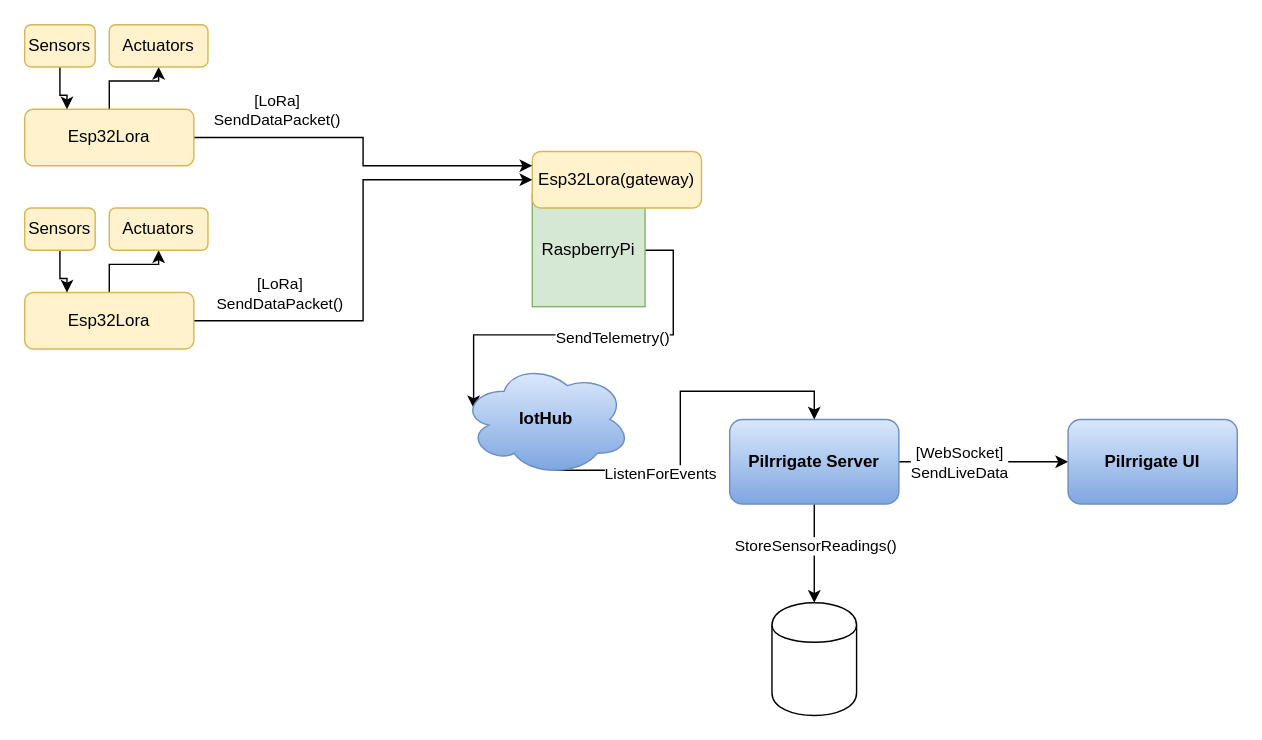
The draw.io diagram page "DataPath" (1 of 9) of Design/design.drawio in crisanalex08/PiIrrigate, before the edit. Source tidied: cells renumbered, new cells numbered last; positions are measured from the earlier drawing's top-left corner, leaving out a move shared by most shapes. Both pictures are drawn from the tidied source at 141%, with x=0, y=0 at pixel (24, 24).
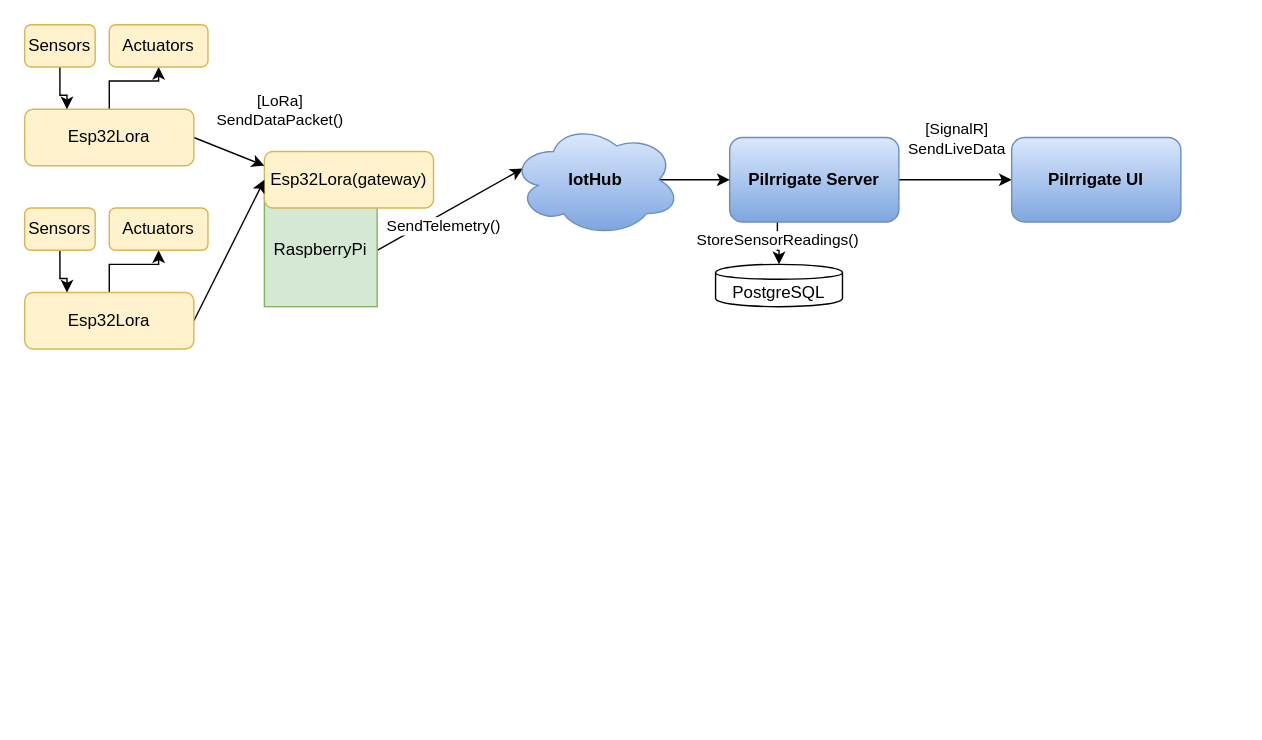
After the change.

The change refers to these unchanged cells:
```xml
<mxCell id="4" style="edgeStyle=orthogonalEdgeStyle;rounded=0;jettySize=auto;html=1;exitX=1;exitY=0.5;exitDx=0;exitDy=0;entryX=0;entryY=0.5;entryDx=0;entryDy=0;" parent="1" edge="1" source="6" target="29">
  <mxGeometry relative="1" as="geometry" />
</mxCell>
<mxCell id="14" value="Esp32Lora" style="rounded=1;whiteSpace=wrap;html=1;fillColor=#fff2cc;strokeColor=#d6b656;" parent="1" vertex="1">
  <mxGeometry y="60" width="120" height="40" as="geometry" />
</mxCell>
<mxCell id="21" value="Esp32Lora" style="rounded=1;whiteSpace=wrap;html=1;fillColor=#fff2cc;strokeColor=#d6b656;" parent="1" vertex="1">
  <mxGeometry y="190" width="120" height="40" as="geometry" />
</mxCell>
```

What changed in the source:
```diff
@@
-    <mxCell id="2" style="edgeStyle=orthogonalEdgeStyle;rounded=0;jettySize=auto;html=1;" parent="1" edge="1" source="6" target="28">
+    <mxCell id="2" style="edgeStyle=orthogonalEdgeStyle;rounded=0;jettySize=auto;html=1;exitX=0.282;exitY=0.993;exitDx=0;exitDy=0;exitPerimeter=0;" parent="1" edge="1" source="6" target="28">
       <mxGeometry relative="1" as="geometry" />
     </mxCell>
@@
-    <mxCell id="5" value="[WebSocket]&lt;div&gt;SendLiveData&lt;/div&gt;" style="edgeLabel;html=1;align=center;verticalAlign=middle;" parent="4" vertex="1">
-      <mxGeometry x="-0.3" relative="1" as="geometry" />
+    <mxCell id="5" value="[SignalR]&lt;div&gt;SendLiveData&lt;/div&gt;" style="edgeLabel;html=1;align=center;verticalAlign=middle;" parent="4" vertex="1">
+      <mxGeometry x="-0.3" relative="1" as="geometry">
+        <mxPoint x="12" y="-30" as="offset" />
+      </mxGeometry>
     </mxCell>
     <mxCell id="6" value="&lt;b&gt;PiIrrigate Server&lt;/b&gt;" style="rounded=1;whiteSpace=wrap;html=1;fillColor=#dae8fc;gradientColor=#7ea6e0;strokeColor=#6c8ebf;" parent="1" vertex="1">
-      <mxGeometry x="500" y="280" width="120" height="60" as="geometry" />
+      <mxGeometry x="500" y="80" width="120" height="60" as="geometry" />
     </mxCell>
-    <mxCell id="7" style="edgeStyle=orthogonalEdgeStyle;rounded=0;jettySize=auto;html=1;exitX=1;exitY=0.5;exitDx=0;exitDy=0;entryX=0.07;entryY=0.4;entryDx=0;entryDy=0;entryPerimeter=0;" parent="1" edge="1" source="9" target="27">
+    <mxCell id="7" style="rounded=0;jettySize=auto;html=1;exitX=1;exitY=0.5;exitDx=0;exitDy=0;entryX=0.07;entryY=0.4;entryDx=0;entryDy=0;entryPerimeter=0;" parent="1" edge="1" source="9" target="27">
       <mxGeometry relative="1" as="geometry" />
     </mxCell>
     <mxCell id="8" value="SendTelemetry()" style="edgeLabel;html=1;align=center;verticalAlign=middle;" parent="7" vertex="1">
-      <mxGeometry x="-0.09" y="1" relative="1" as="geometry" />
+      <mxGeometry x="-0.09" y="1" relative="1" as="geometry">
+        <mxPoint y="10" as="offset" />
+      </mxGeometry>
     </mxCell>
     <mxCell id="9" value="RaspberryPi" style="whiteSpace=wrap;html=1;fillColor=#d5e8d4;strokeColor=#82b366;" parent="1" vertex="1">
-      <mxGeometry x="360" y="120" width="80" height="80" as="geometry" />
+      <mxGeometry x="170" y="120" width="80" height="80" as="geometry" />
     </mxCell>
     <mxCell id="10" value="Esp32Lora(gateway)" style="rounded=1;whiteSpace=wrap;html=1;fillColor=#fff2cc;strokeColor=#d6b656;" parent="1" vertex="1">
-      <mxGeometry x="360" y="90" width="120" height="40" as="geometry" />
+      <mxGeometry x="170" y="90" width="120" height="40" as="geometry" />
     </mxCell>
@@
-    <mxCell id="12" style="edgeStyle=orthogonalEdgeStyle;rounded=0;jettySize=auto;html=1;exitX=1;exitY=0.5;exitDx=0;exitDy=0;entryX=0;entryY=0.25;entryDx=0;entryDy=0;" parent="1" edge="1" source="14" target="10">
+    <mxCell id="12" style="rounded=0;jettySize=auto;html=1;exitX=1;exitY=0.5;exitDx=0;exitDy=0;entryX=0;entryY=0.25;entryDx=0;entryDy=0;" parent="1" edge="1" source="14" target="10">
       <mxGeometry relative="1" as="geometry" />
     </mxCell>
     <mxCell id="13" value="[LoRa]&lt;br&gt;SendDataPacket()" style="edgeLabel;html=1;align=center;verticalAlign=middle;" parent="12" vertex="1">
       <mxGeometry x="-0.55" relative="1" as="geometry">
-        <mxPoint y="-20" as="offset" />
+        <mxPoint x="49" y="-24" as="offset" />
       </mxGeometry>
     </mxCell>
@@
-    <mxCell id="19" style="edgeStyle=orthogonalEdgeStyle;rounded=0;jettySize=auto;html=1;entryX=0;entryY=0.5;entryDx=0;entryDy=0;" parent="1" edge="1" source="21" target="10">
+    <mxCell id="19" style="rounded=0;jettySize=auto;html=1;entryX=0;entryY=0.5;entryDx=0;entryDy=0;elbow=vertical;exitX=1;exitY=0.5;exitDx=0;exitDy=0;" parent="1" edge="1" source="21" target="10">
       <mxGeometry relative="1" as="geometry" />
     </mxCell>
-    <mxCell id="20" value="[LoRa]&lt;br&gt;SendDataPacket()" style="edgeLabel;html=1;align=center;verticalAlign=middle;" parent="19" vertex="1">
-      <mxGeometry x="-0.42" y="1" relative="1" as="geometry">
-        <mxPoint x="-39" y="-19" as="offset" />
-      </mxGeometry>
-    </mxCell>
@@
-    <mxCell id="25" style="edgeStyle=orthogonalEdgeStyle;rounded=0;jettySize=auto;html=1;exitX=0.55;exitY=0.95;exitDx=0;exitDy=0;exitPerimeter=0;entryX=0.5;entryY=0;entryDx=0;entryDy=0;" parent="1" edge="1" source="27" target="6">
+    <mxCell id="25" style="rounded=0;jettySize=auto;html=1;exitX=0.875;exitY=0.5;exitDx=0;exitDy=0;exitPerimeter=0;entryX=0;entryY=0.5;entryDx=0;entryDy=0;" parent="1" edge="1" source="27" target="6">
       <mxGeometry relative="1" as="geometry" />
     </mxCell>
-    <mxCell id="26" value="ListenForEvents" style="edgeLabel;html=1;align=center;verticalAlign=middle;" parent="25" vertex="1">
-      <mxGeometry x="-0.43" y="-2" relative="1" as="geometry" />
-    </mxCell>
     <mxCell id="27" value="&lt;b&gt;IotHub&lt;/b&gt;" style="ellipse;shape=cloud;whiteSpace=wrap;html=1;fillColor=#dae8fc;gradientColor=#7ea6e0;strokeColor=#6c8ebf;" parent="1" vertex="1">
-      <mxGeometry x="310" y="240" width="120" height="80" as="geometry" />
+      <mxGeometry x="345" y="70" width="120" height="80" as="geometry" />
     </mxCell>
-    <mxCell id="28" style="shape=cylinder;whiteSpace=wrap;html=1;boundedLbl=1;backgroundOutline=1;" parent="1" vertex="1">
-      <mxGeometry x="530" y="410" width="60" height="80" as="geometry" />
+    <mxCell id="28" value="PostgreSQL" style="shape=cylinder;whiteSpace=wrap;html=1;boundedLbl=1;backgroundOutline=1;" parent="1" vertex="1">
+      <mxGeometry x="490" y="170" width="90" height="30" as="geometry" />
     </mxCell>
     <mxCell id="29" value="&lt;b&gt;PiIrrigate UI&lt;/b&gt;" style="rounded=1;whiteSpace=wrap;html=1;fillColor=#dae8fc;gradientColor=#7ea6e0;strokeColor=#6c8ebf;" parent="1" vertex="1">
-      <mxGeometry x="740" y="280" width="120" height="60" as="geometry" />
+      <mxGeometry x="700" y="80" width="120" height="60" as="geometry" />
     </mxCell>
```
